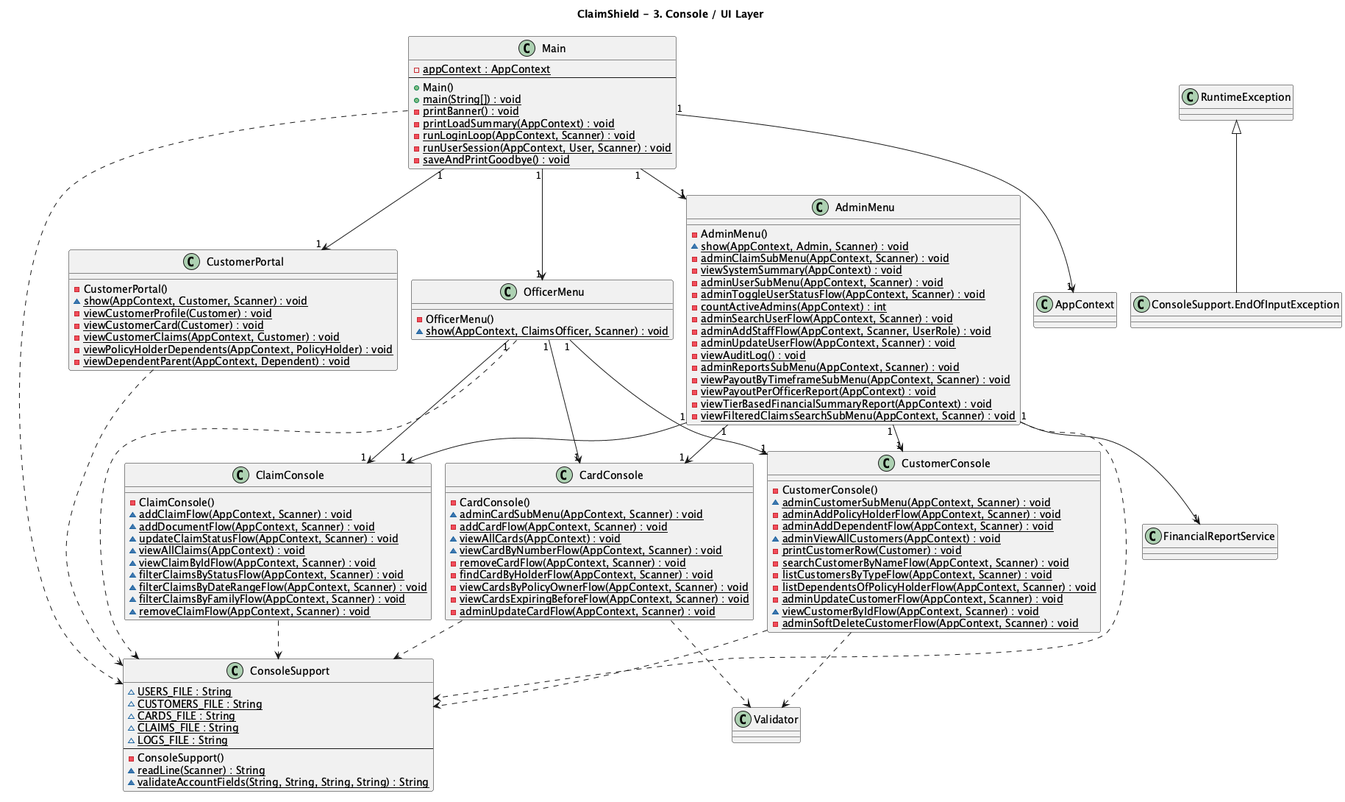
RMIT-Vietnam-Teaching/java-console-application-part-1-s4113887rmit keeps this PlantUML diagram as docs/ClaimShield_Console_Layer.png. Above is the earlier version.
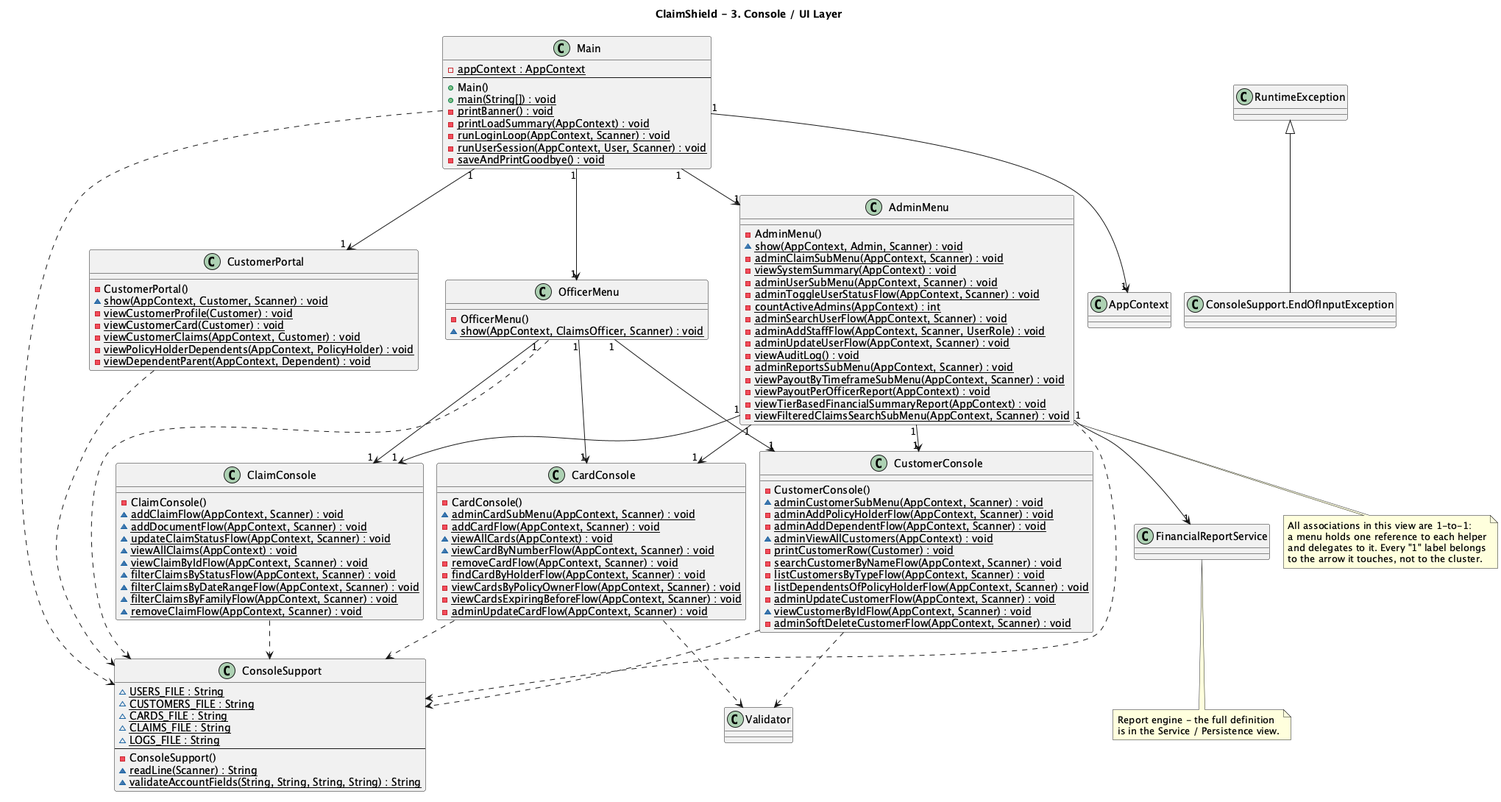
After the change.

Commit message:
Improve Console Layer diagram readability (annotation only)

What changed in the source:
```diff
@@ -128,4 +128,16 @@
 CustomerConsole ..>  Validator
 CardConsole     ..>  Validator
 
+note bottom of AdminMenu
+  All associations in this view are 1-to-1:
+  a menu holds one reference to each helper
+  and delegates to it. Every "1" label belongs
+  to the arrow it touches, not to the cluster.
+end note
+
+note bottom of FinancialReportService
+  Report engine - the full definition
+  is in the Service / Persistence view.
+end note
+
 @enduml
```
